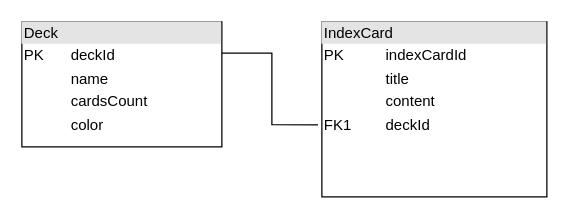
ulfi03/aidex keeps this draw.io diagram as doc/mockups/datamodel.drawio. Above is the earlier version. Source tidied: cells renumbered, new cells numbered last; positions are measured from the earlier drawing's top-left corner, leaving out a move shared by most shapes. Both pictures are drawn from the tidied source at 125%, with x=0, y=0 at pixel (21, 21).
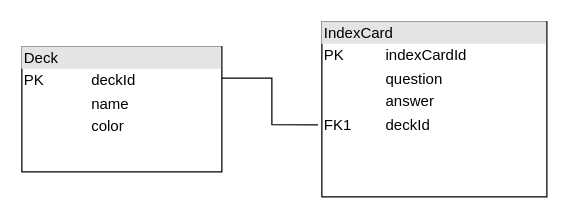
After the change.

The edit, as a diff of the source:
```diff
@@
 <mxGraphModel>
   <root>
     <mxCell id="0" />
     <mxCell id="1" parent="0" />
-    <mxCell id="2" value="&lt;div style=&quot;box-sizing:border-box;width:100%;background:#e4e4e4;padding:2px;&quot;&gt;Deck&lt;/div&gt;&lt;table style=&quot;width:100%;font-size:1em;&quot; cellpadding=&quot;2&quot; cellspacing=&quot;0&quot;&gt;&lt;tbody&gt;&lt;tr&gt;&lt;td&gt;PK&lt;/td&gt;&lt;td&gt;deckId&lt;/td&gt;&lt;/tr&gt;&lt;tr&gt;&lt;td&gt;&lt;br&gt;&lt;/td&gt;&lt;td&gt;name&lt;/td&gt;&lt;/tr&gt;&lt;tr&gt;&lt;td&gt;&lt;br&gt;&lt;/td&gt;&lt;td&gt;cardsCount&lt;br&gt;&lt;/td&gt;&lt;/tr&gt;&lt;tr&gt;&lt;td&gt;&lt;br&gt;&lt;/td&gt;&lt;td&gt;color&lt;/td&gt;&lt;/tr&gt;&lt;/tbody&gt;&lt;/table&gt;" style="verticalAlign=top;align=left;overflow=fill;html=1;whiteSpace=wrap;" parent="1" vertex="1">
-      <mxGeometry width="160" height="100" as="geometry" />
+    <mxCell id="2" value="&lt;div style=&quot;box-sizing:border-box;width:100%;background:#e4e4e4;padding:2px;&quot;&gt;Deck&lt;/div&gt;&lt;table style=&quot;width:100%;font-size:1em;&quot; cellpadding=&quot;2&quot; cellspacing=&quot;0&quot;&gt;&lt;tbody&gt;&lt;tr&gt;&lt;td&gt;PK&lt;/td&gt;&lt;td&gt;deckId&lt;/td&gt;&lt;/tr&gt;&lt;tr&gt;&lt;td&gt;&lt;br&gt;&lt;/td&gt;&lt;td&gt;name&lt;/td&gt;&lt;/tr&gt;&lt;tr&gt;&lt;td&gt;&lt;br&gt;&lt;/td&gt;&lt;td&gt;color&lt;/td&gt;&lt;/tr&gt;&lt;/tbody&gt;&lt;/table&gt;" style="verticalAlign=top;align=left;overflow=fill;html=1;whiteSpace=wrap;" parent="1" vertex="1">
+      <mxGeometry y="20" width="160" height="100" as="geometry" />
     </mxCell>
-    <mxCell id="3" value="&lt;div style=&quot;box-sizing:border-box;width:100%;background:#e4e4e4;padding:2px;&quot;&gt;IndexCard&lt;/div&gt;&lt;table style=&quot;width:100%;font-size:1em;&quot; cellpadding=&quot;2&quot; cellspacing=&quot;0&quot;&gt;&lt;tbody&gt;&lt;tr&gt;&lt;td&gt;PK&lt;/td&gt;&lt;td&gt;indexCardId&lt;/td&gt;&lt;/tr&gt;&lt;tr&gt;&lt;td&gt;&lt;br&gt;&lt;/td&gt;&lt;td&gt;title&lt;/td&gt;&lt;/tr&gt;&lt;tr&gt;&lt;td&gt;&lt;br&gt;&lt;/td&gt;&lt;td&gt;content&lt;/td&gt;&lt;/tr&gt;&lt;tr&gt;&lt;td&gt;FK1&lt;/td&gt;&lt;td&gt;deckId&lt;/td&gt;&lt;/tr&gt;&lt;/tbody&gt;&lt;/table&gt;" style="verticalAlign=top;align=left;overflow=fill;html=1;whiteSpace=wrap;" parent="1" vertex="1">
+    <mxCell id="3" value="&lt;div style=&quot;box-sizing:border-box;width:100%;background:#e4e4e4;padding:2px;&quot;&gt;IndexCard&lt;/div&gt;&lt;table style=&quot;width:100%;font-size:1em;&quot; cellpadding=&quot;2&quot; cellspacing=&quot;0&quot;&gt;&lt;tbody&gt;&lt;tr&gt;&lt;td&gt;PK&lt;/td&gt;&lt;td&gt;indexCardId&lt;/td&gt;&lt;/tr&gt;&lt;tr&gt;&lt;td&gt;&lt;br&gt;&lt;/td&gt;&lt;td&gt;question&lt;/td&gt;&lt;/tr&gt;&lt;tr&gt;&lt;td&gt;&lt;br&gt;&lt;/td&gt;&lt;td&gt;answer&lt;/td&gt;&lt;/tr&gt;&lt;tr&gt;&lt;td&gt;FK1&lt;/td&gt;&lt;td&gt;deckId&lt;/td&gt;&lt;/tr&gt;&lt;/tbody&gt;&lt;/table&gt;" style="verticalAlign=top;align=left;overflow=fill;html=1;whiteSpace=wrap;" parent="1" vertex="1">
       <mxGeometry x="240" width="180" height="140" as="geometry" />
     </mxCell>
     <mxCell id="4" style="edgeStyle=orthogonalEdgeStyle;rounded=0;jettySize=auto;html=1;exitX=1;exitY=0.25;exitDx=0;exitDy=0;entryX=-0.017;entryY=0.588;entryDx=0;entryDy=0;entryPerimeter=0;endArrow=none;endFill=0;" parent="1" edge="1" source="2" target="3">
       <mxGeometry relative="1" as="geometry" />
     </mxCell>
   </root>
 </mxGraphModel>
```
